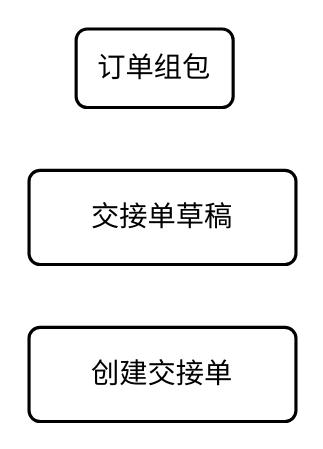
Before: longpean/OMS-交接单.drawio in GitHeP/diagrams, a draw.io diagram. Source tidied: cells renumbered, new cells numbered last; positions are measured from the earlier drawing's top-left corner, leaving out a move shared by most shapes. Both pictures are drawn from the tidied source at 157%, with x=0, y=0 at pixel (28, 28).
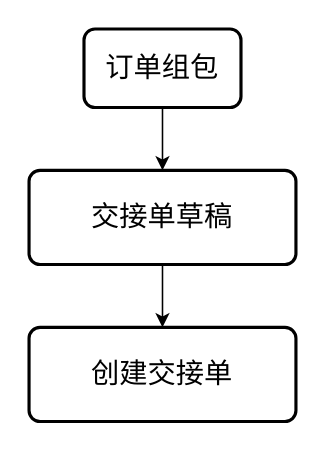
The same diagram, later.

Commit message (it also covers changes not shown here):
更新OMS-交接单.drawio

The edit, as a diff of the source:
```diff
@@
 <mxGraphModel>
   <root>
     <mxCell id="0" />
     <mxCell id="1" parent="0" />
+    <mxCell id="5" style="edgeStyle=orthogonalEdgeStyle;rounded=0;jettySize=auto;html=1;" parent="1" edge="1" source="2" target="3">
+      <mxGeometry relative="1" as="geometry" />
+    </mxCell>
     <mxCell id="2" value="&lt;font style=&quot;font-size: 18px;&quot;&gt;订单组包&lt;/font&gt;" style="rounded=1;whiteSpace=wrap;html=1;absoluteArcSize=1;arcSize=14;strokeWidth=2;" parent="1" vertex="1">
-      <mxGeometry x="30" width="100" height="50" as="geometry" />
+      <mxGeometry x="35" width="100" height="50" as="geometry" />
     </mxCell>
+    <mxCell id="6" style="edgeStyle=orthogonalEdgeStyle;rounded=0;jettySize=auto;html=1;" parent="1" edge="1" source="3" target="4">
+      <mxGeometry relative="1" as="geometry" />
+    </mxCell>
     <mxCell id="3" value="&lt;font style=&quot;font-size: 18px;&quot;&gt;交接单草稿&lt;/font&gt;" style="rounded=1;whiteSpace=wrap;html=1;absoluteArcSize=1;arcSize=14;strokeWidth=2;" parent="1" vertex="1">
       <mxGeometry y="90" width="170" height="60" as="geometry" />
     </mxCell>
     <mxCell id="4" value="&lt;font style=&quot;font-size: 18px;&quot;&gt;创建交接单&lt;/font&gt;" style="rounded=1;whiteSpace=wrap;html=1;absoluteArcSize=1;arcSize=14;strokeWidth=2;" parent="1" vertex="1">
       <mxGeometry y="190" width="170" height="60" as="geometry" />
     </mxCell>
   </root>
 </mxGraphModel>
```
